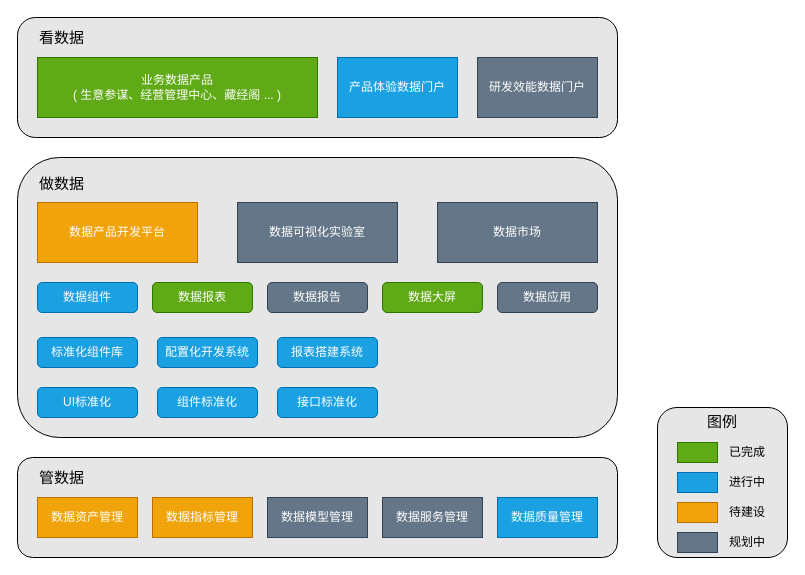
This is LV产品大图.drawio from zzuwzj/draw, a draw.io file, before an edit. Source tidied: cells renumbered, new cells numbered last; positions are measured from the earlier drawing's top-left corner, leaving out a move shared by most shapes. Both pictures are drawn from the tidied source at 100%, with x=0, y=0 at pixel (17, 17).
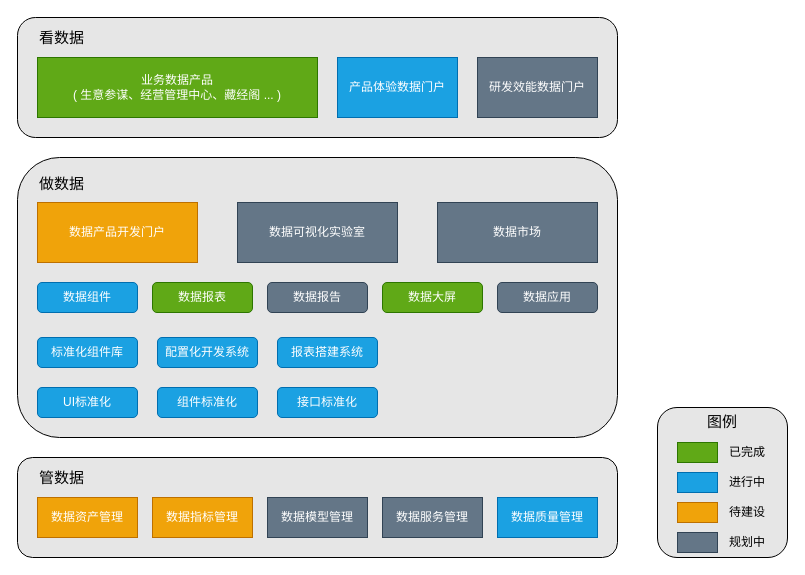
The same page after the edit.

What changed in the source:
```diff
@@
-    <mxCell id="23" value="数据产品开发平台" style="rounded=0;whiteSpace=wrap;html=1;fillColor=#f0a30a;strokeColor=#BD7000;fontColor=#ffffff;" parent="1" vertex="1">
+    <mxCell id="23" value="数据产品开发门户" style="rounded=0;whiteSpace=wrap;html=1;fillColor=#f0a30a;strokeColor=#BD7000;fontColor=#ffffff;" parent="1" vertex="1">
       <mxGeometry x="20" y="185" width="160" height="60" as="geometry" />
     </mxCell>
```
